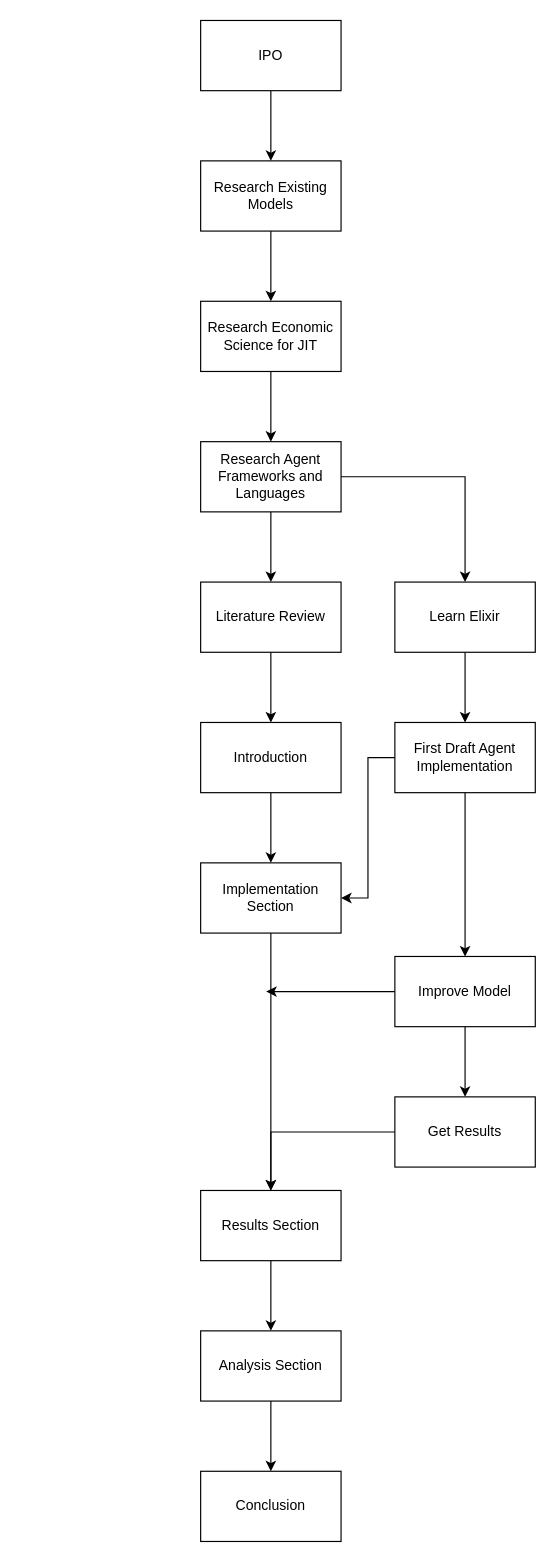
Above: management/product_flow.drawio in glugg23/honours_project (draw.io), before the change. Source tidied: cells renumbered, new cells numbered last; positions are measured from the earlier drawing's top-left corner, leaving out a move shared by most shapes. Both pictures are drawn from the tidied source at 117%, with x=0, y=0 at pixel (200, 20).
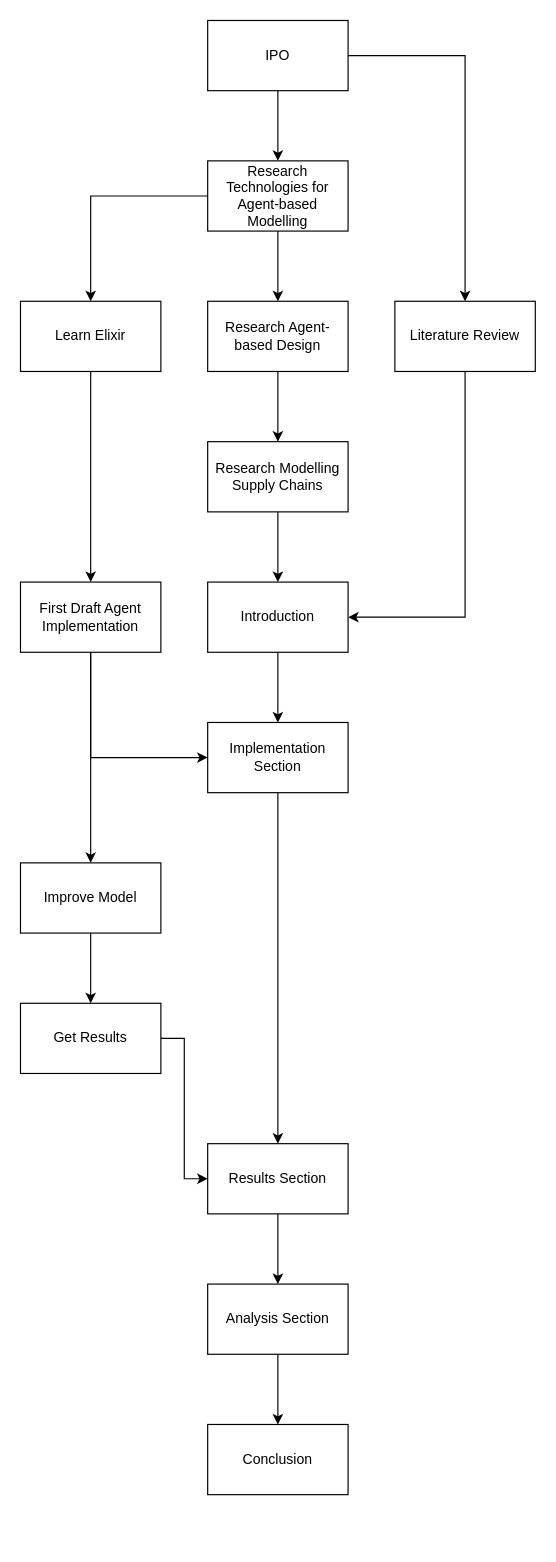
The same page after the edit.

Commit message (it also covers changes not shown here):
Update Gantt chart and product flow diagram

What changed in the source:
```diff
@@
+    <mxCell id="32" style="edgeStyle=orthogonalEdgeStyle;rounded=0;jettySize=auto;html=1;entryX=0.5;entryY=0;entryDx=0;entryDy=0;" parent="1" edge="1" source="3" target="7">
+      <mxGeometry relative="1" as="geometry" />
+    </mxCell>
     <mxCell id="3" value="IPO" style="rounded=0;whiteSpace=wrap;html=1;" parent="1" vertex="1">
-      <mxGeometry width="120" height="60" as="geometry" />
+      <mxGeometry x="6" width="120" height="60" as="geometry" />
     </mxCell>
@@
+    <mxCell id="33" style="edgeStyle=orthogonalEdgeStyle;rounded=0;jettySize=auto;html=1;entryX=0.5;entryY=0;entryDx=0;entryDy=0;" parent="1" edge="1" source="5" target="9">
+      <mxGeometry relative="1" as="geometry" />
+    </mxCell>
-    <mxCell id="5" value="Research Existing Models" style="rounded=0;whiteSpace=wrap;html=1;" parent="1" vertex="1">
-      <mxGeometry y="120" width="120" height="60" as="geometry" />
+    <mxCell id="5" value="Research Technologies for Agent-based Modelling" style="rounded=0;whiteSpace=wrap;html=1;" parent="1" vertex="1">
+      <mxGeometry x="6" y="120" width="120" height="60" as="geometry" />
     </mxCell>
-    <mxCell id="6" style="edgeStyle=orthogonalEdgeStyle;rounded=0;jettySize=auto;html=1;entryX=0.5;entryY=0;entryDx=0;entryDy=0;" parent="1" edge="1" source="7" target="14">
-      <mxGeometry relative="1" as="geometry" />
+    <mxCell id="6" style="edgeStyle=orthogonalEdgeStyle;rounded=0;jettySize=auto;html=1;entryX=1;entryY=0.5;entryDx=0;entryDy=0;" parent="1" edge="1" source="7" target="14">
+      <mxGeometry relative="1" as="geometry">
+        <Array as="points">
+          <mxPoint x="226" y="510" />
+        </Array>
+      </mxGeometry>
     </mxCell>
     <mxCell id="7" value="Literature Review" style="rounded=0;whiteSpace=wrap;html=1;" parent="1" vertex="1">
-      <mxGeometry y="480" width="120" height="60" as="geometry" />
+      <mxGeometry x="166" y="240" width="120" height="60" as="geometry" />
     </mxCell>
@@
     <mxCell id="9" value="Learn Elixir" style="rounded=0;whiteSpace=wrap;html=1;" parent="1" vertex="1">
-      <mxGeometry x="166" y="480" width="120" height="60" as="geometry" />
+      <mxGeometry x="-154" y="240" width="120" height="60" as="geometry" />
     </mxCell>
-    <mxCell id="10" style="edgeStyle=orthogonalEdgeStyle;rounded=0;jettySize=auto;html=1;entryX=1;entryY=0.5;entryDx=0;entryDy=0;" parent="1" edge="1" source="12" target="16">
-      <mxGeometry relative="1" as="geometry" />
+    <mxCell id="10" style="edgeStyle=orthogonalEdgeStyle;rounded=0;jettySize=auto;html=1;entryX=0;entryY=0.5;entryDx=0;entryDy=0;" parent="1" edge="1" source="12" target="16">
+      <mxGeometry relative="1" as="geometry">
+        <Array as="points">
+          <mxPoint x="-94" y="630" />
+        </Array>
+      </mxGeometry>
     </mxCell>
-    <mxCell id="11" style="edgeStyle=orthogonalEdgeStyle;rounded=0;jettySize=auto;html=1;entryX=0.5;entryY=0;entryDx=0;entryDy=0;" parent="1" edge="1" source="12" target="29">
+    <mxCell id="11" style="edgeStyle=orthogonalEdgeStyle;rounded=0;jettySize=auto;html=1;" parent="1" edge="1" source="12" target="29">
       <mxGeometry relative="1" as="geometry" />
     </mxCell>
     <mxCell id="12" value="First Draft Agent Implementation" style="rounded=0;whiteSpace=wrap;html=1;" parent="1" vertex="1">
-      <mxGeometry x="166" y="600" width="120" height="60" as="geometry" />
+      <mxGeometry x="-154" y="480" width="120" height="60" as="geometry" />
     </mxCell>
@@
     <mxCell id="14" value="Introduction" style="rounded=0;whiteSpace=wrap;html=1;" parent="1" vertex="1">
-      <mxGeometry y="600" width="120" height="60" as="geometry" />
+      <mxGeometry x="6" y="480" width="120" height="60" as="geometry" />
     </mxCell>
@@
     <mxCell id="16" value="Implementation Section" style="rounded=0;whiteSpace=wrap;html=1;" parent="1" vertex="1">
-      <mxGeometry y="720" width="120" height="60" as="geometry" />
+      <mxGeometry x="6" y="600" width="120" height="60" as="geometry" />
     </mxCell>
@@
     <mxCell id="18" value="Results Section" style="rounded=0;whiteSpace=wrap;html=1;" parent="1" vertex="1">
-      <mxGeometry y="1000" width="120" height="60" as="geometry" />
+      <mxGeometry x="6" y="960" width="120" height="60" as="geometry" />
     </mxCell>
@@
     <mxCell id="20" value="Analysis Section" style="rounded=0;whiteSpace=wrap;html=1;" parent="1" vertex="1">
-      <mxGeometry y="1120" width="120" height="60" as="geometry" />
+      <mxGeometry x="6" y="1080" width="120" height="60" as="geometry" />
     </mxCell>
     <mxCell id="21" value="Conclusion" style="rounded=0;whiteSpace=wrap;html=1;" parent="1" vertex="1">
-      <mxGeometry y="1240" width="120" height="60" as="geometry" />
+      <mxGeometry x="6" y="1200" width="120" height="60" as="geometry" />
     </mxCell>
@@
-    <mxCell id="23" value="Research Economic Science for JIT" style="rounded=0;whiteSpace=wrap;html=1;" parent="1" vertex="1">
-      <mxGeometry y="240" width="120" height="60" as="geometry" />
+    <mxCell id="23" value="Research Agent-based Design" style="rounded=0;whiteSpace=wrap;html=1;" parent="1" vertex="1">
+      <mxGeometry x="6" y="240" width="120" height="60" as="geometry" />
     </mxCell>
-    <mxCell id="24" style="edgeStyle=orthogonalEdgeStyle;rounded=0;jettySize=auto;html=1;" parent="1" edge="1" source="26" target="7">
-      <mxGeometry relative="1" as="geometry" />
-    </mxCell>
-    <mxCell id="25" style="edgeStyle=orthogonalEdgeStyle;rounded=0;jettySize=auto;html=1;" parent="1" edge="1" source="26" target="9">
-      <mxGeometry relative="1" as="geometry" />
-    </mxCell>
+    <mxCell id="34" style="edgeStyle=orthogonalEdgeStyle;rounded=0;jettySize=auto;html=1;entryX=0.5;entryY=0;entryDx=0;entryDy=0;" parent="1" edge="1" source="26" target="14">
+      <mxGeometry relative="1" as="geometry" />
+    </mxCell>
-    <mxCell id="26" value="Research Agent Frameworks and Languages" style="rounded=0;whiteSpace=wrap;html=1;" parent="1" vertex="1">
-      <mxGeometry y="360" width="120" height="60" as="geometry" />
+    <mxCell id="26" value="Research Modelling Supply Chains" style="rounded=0;whiteSpace=wrap;html=1;" parent="1" vertex="1">
+      <mxGeometry x="6" y="360" width="120" height="60" as="geometry" />
     </mxCell>
@@
-    <mxCell id="28" style="edgeStyle=orthogonalEdgeStyle;rounded=0;jettySize=auto;html=1;" parent="1" edge="1" source="29">
-      <mxGeometry relative="1" as="geometry">
-        <mxPoint x="56" y="830" as="targetPoint" />
-      </mxGeometry>
-    </mxCell>
     <mxCell id="29" value="Improve Model" style="rounded=0;whiteSpace=wrap;html=1;" parent="1" vertex="1">
-      <mxGeometry x="166" y="800" width="120" height="60" as="geometry" />
+      <mxGeometry x="-154" y="720" width="120" height="60" as="geometry" />
     </mxCell>
-    <mxCell id="30" style="edgeStyle=orthogonalEdgeStyle;rounded=0;jettySize=auto;html=1;entryX=0.5;entryY=0;entryDx=0;entryDy=0;" parent="1" edge="1" source="31" target="18">
-      <mxGeometry relative="1" as="geometry" />
+    <mxCell id="30" style="edgeStyle=orthogonalEdgeStyle;rounded=0;jettySize=auto;html=1;entryX=0;entryY=0.5;entryDx=0;entryDy=0;" parent="1" edge="1" source="31" target="18">
+      <mxGeometry relative="1" as="geometry">
+        <Array as="points">
+          <mxPoint x="-14" y="870" />
+          <mxPoint x="-14" y="990" />
+        </Array>
+      </mxGeometry>
     </mxCell>
     <mxCell id="31" value="Get Results" style="rounded=0;whiteSpace=wrap;html=1;" parent="1" vertex="1">
-      <mxGeometry x="166" y="920" width="120" height="60" as="geometry" />
+      <mxGeometry x="-154" y="840" width="120" height="60" as="geometry" />
     </mxCell>
```
